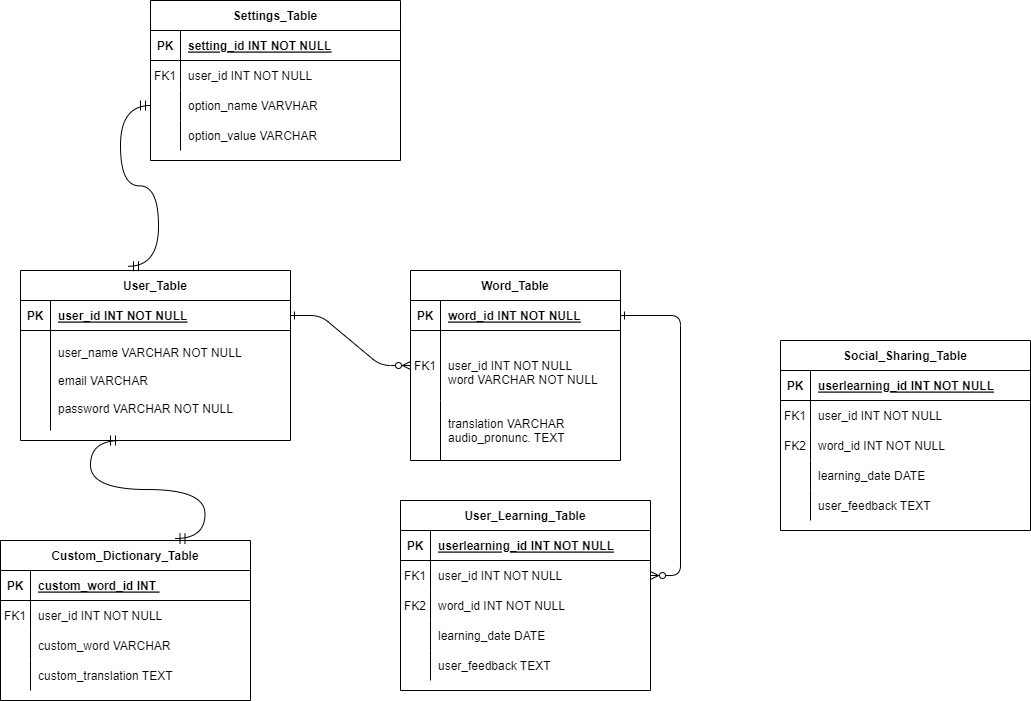
Above: database.drawio.png in xiangxiang3451/Qt_myApplication (draw.io), before the change. Source tidied: cells renumbered, new cells last; positions are measured from the earlier drawing's top-left corner, leaving out a move shared by most shapes.
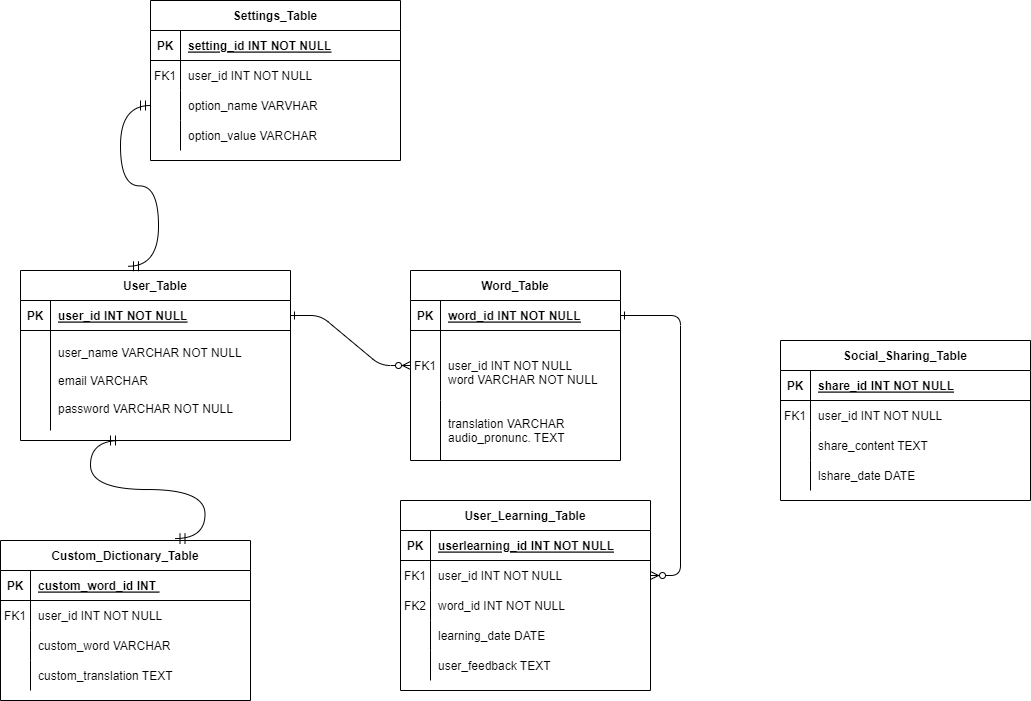
After the change.

Diff of the diagram source:
```diff
@@ -198,7 +198,7 @@
       </mxGeometry>
     </mxCell>
     <mxCell id="65" value="Social_Sharing_Table" style="shape=table;startSize=30;rowLines=0;fontStyle=1;align=center;" parent="1" vertex="1">
-      <mxGeometry x="780" y="340" width="250" height="190" as="geometry" />
+      <mxGeometry x="780" y="340" width="250" height="160" as="geometry" />
     </mxCell>
     <mxCell id="66" style="shape=partialRectangle;fillColor=none;top=0;left=0;right=0;bottom=1;" parent="65" vertex="1">
       <mxGeometry y="30" width="250" height="30" as="geometry" />
@@ -206,7 +206,7 @@
     <mxCell id="67" value="PK" style="shape=partialRectangle;overflow=hidden;fillColor=none;top=0;left=0;bottom=0;right=0;fontStyle=1;" parent="66" vertex="1">
       <mxGeometry width="30" height="30" as="geometry" />
     </mxCell>
-    <mxCell id="68" value="userlearning_id INT NOT NULL " style="shape=partialRectangle;overflow=hidden;fillColor=none;top=0;left=0;bottom=0;right=0;align=left;spacingLeft=6;fontStyle=5;" parent="66" vertex="1">
+    <mxCell id="68" value="share_id INT NOT NULL " style="shape=partialRectangle;overflow=hidden;fillColor=none;top=0;left=0;bottom=0;right=0;align=left;spacingLeft=6;fontStyle=5;" parent="66" vertex="1">
       <mxGeometry x="30" width="220" height="30" as="geometry" />
     </mxCell>
     <mxCell id="69" style="shape=partialRectangle;fillColor=none;top=0;left=0;right=0;bottom=0;" parent="65" vertex="1">
@@ -221,10 +221,10 @@
     <mxCell id="72" style="shape=partialRectangle;fillColor=none;top=0;left=0;right=0;bottom=0;" parent="65" vertex="1">
       <mxGeometry y="90" width="250" height="30" as="geometry" />
     </mxCell>
-    <mxCell id="73" value="FK2" style="shape=partialRectangle;overflow=hidden;fillColor=none;top=0;left=0;bottom=0;right=0;" parent="72" vertex="1">
+    <mxCell id="73" style="shape=partialRectangle;overflow=hidden;fillColor=none;top=0;left=0;bottom=0;right=0;" parent="72" vertex="1">
       <mxGeometry width="30" height="30" as="geometry" />
     </mxCell>
-    <mxCell id="74" value="word_id INT NOT NULL" style="shape=partialRectangle;overflow=hidden;fillColor=none;top=0;left=0;bottom=0;right=0;align=left;spacingLeft=6;" parent="72" vertex="1">
+    <mxCell id="74" value="share_content TEXT" style="shape=partialRectangle;overflow=hidden;fillColor=none;top=0;left=0;bottom=0;right=0;align=left;spacingLeft=6;" parent="72" vertex="1">
       <mxGeometry x="30" width="220" height="30" as="geometry" />
     </mxCell>
     <mxCell id="75" style="shape=partialRectangle;fillColor=none;top=0;left=0;right=0;bottom=0;" parent="65" vertex="1">
@@ -233,17 +233,8 @@
     <mxCell id="76" style="shape=partialRectangle;overflow=hidden;fillColor=none;top=0;left=0;bottom=0;right=0;" parent="75" vertex="1">
       <mxGeometry width="30" height="30" as="geometry" />
     </mxCell>
-    <mxCell id="77" value="learning_date DATE " style="shape=partialRectangle;overflow=hidden;fillColor=none;top=0;left=0;bottom=0;right=0;align=left;spacingLeft=6;" parent="75" vertex="1">
+    <mxCell id="77" value="lshare_date DATE " style="shape=partialRectangle;overflow=hidden;fillColor=none;top=0;left=0;bottom=0;right=0;align=left;spacingLeft=6;" parent="75" vertex="1">
       <mxGeometry x="30" width="220" height="30" as="geometry" />
     </mxCell>
-    <mxCell id="78" style="shape=partialRectangle;fillColor=none;top=0;left=0;right=0;bottom=0;" parent="65" vertex="1">
-      <mxGeometry y="150" width="250" height="30" as="geometry" />
-    </mxCell>
-    <mxCell id="79" style="shape=partialRectangle;overflow=hidden;fillColor=none;top=0;left=0;bottom=0;right=0;" parent="78" vertex="1">
-      <mxGeometry width="30" height="30" as="geometry" />
-    </mxCell>
-    <mxCell id="80" value="user_feedback TEXT " style="shape=partialRectangle;overflow=hidden;fillColor=none;top=0;left=0;bottom=0;right=0;align=left;spacingLeft=6;" parent="78" vertex="1">
-      <mxGeometry x="30" width="220" height="30" as="geometry" />
-    </mxCell>
   </root>
 </mxGraphModel>
```
